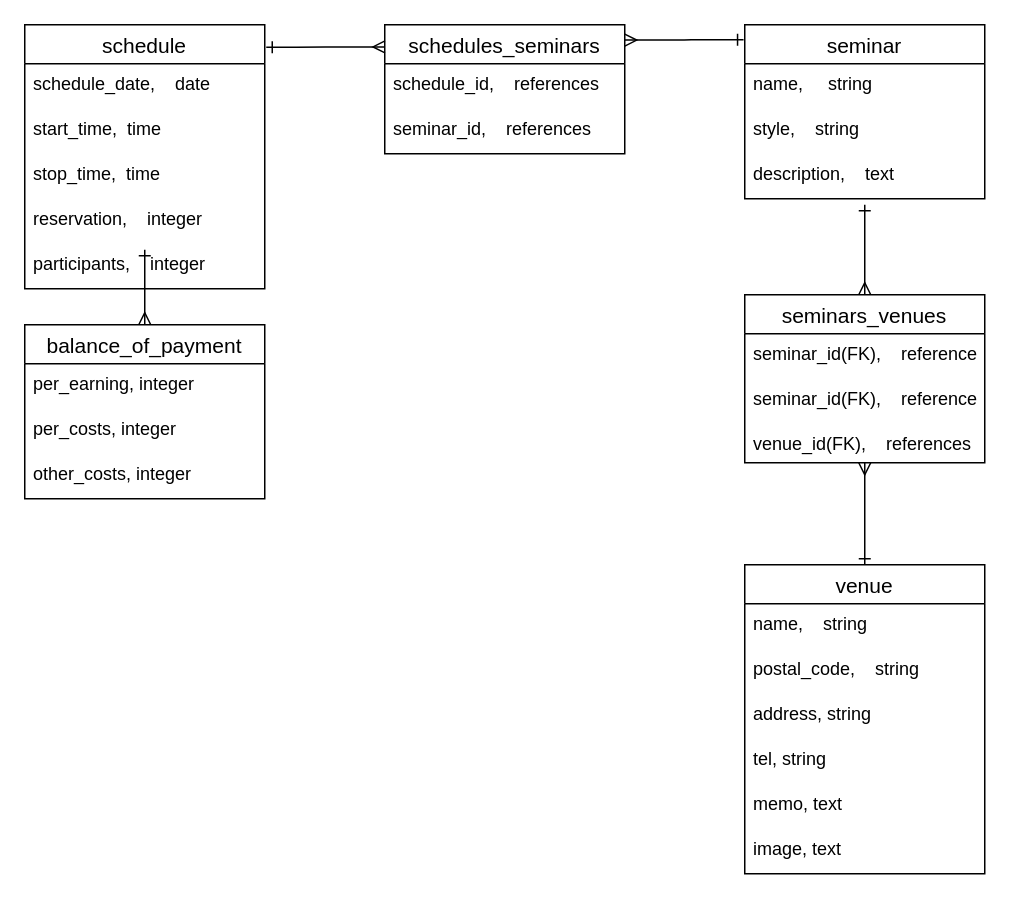
mc-nakayama/semimane keeps this draw.io diagram as db.dio. Above is the earlier version. Source tidied: cells renumbered, new cells numbered last; positions are measured from the earlier drawing's top-left corner, leaving out a move shared by most shapes. Both pictures are drawn from the tidied source at 150%, with x=0, y=0 at pixel (24, 24).
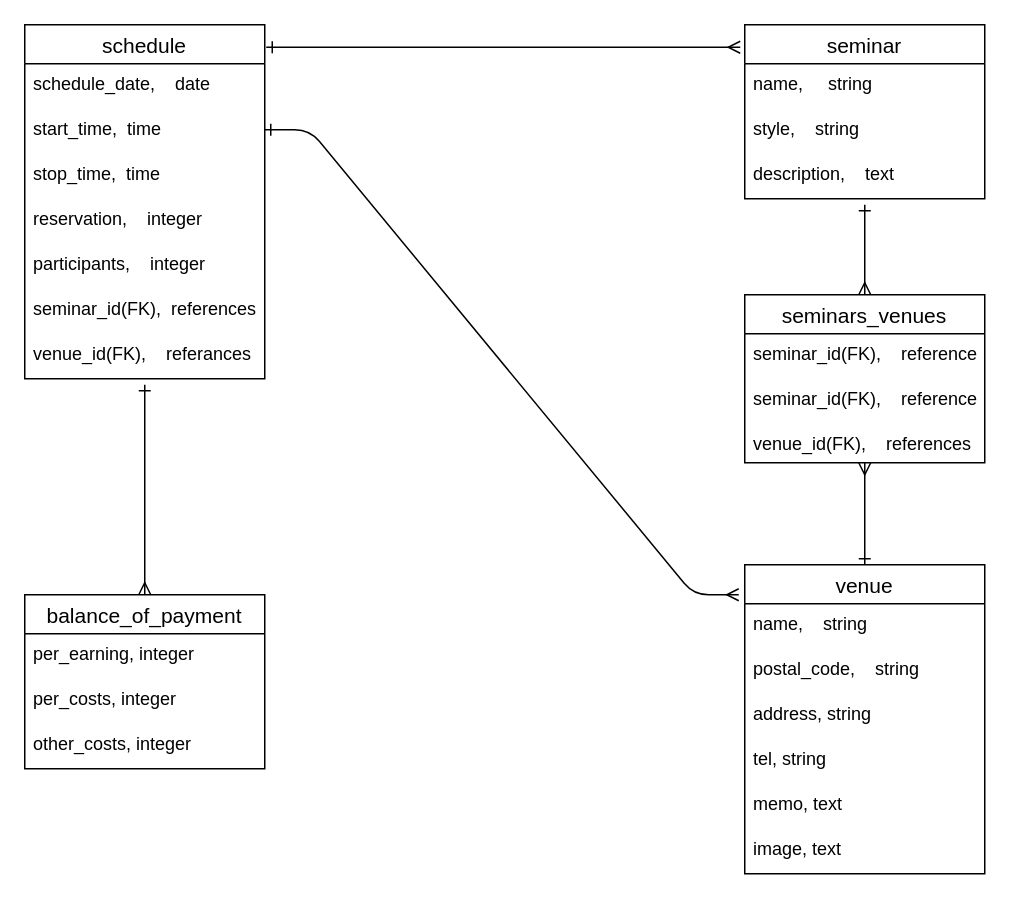
Above is the later version.

What changed in the source:
```diff
@@
     <mxCell id="2" value="schedule" style="swimlane;fontStyle=0;horizontal=1;startSize=26;align=center;fontSize=14;" parent="1" vertex="1">
-      <mxGeometry width="160" height="176" as="geometry" />
+      <mxGeometry width="160" height="236" as="geometry" />
     </mxCell>
@@
+    <mxCell id="35" value="seminar_id(FK),  references&#10;" style="text;strokeColor=none;fillColor=none;spacingLeft=4;spacingRight=4;overflow=hidden;fontSize=12;" parent="2" vertex="1">
+      <mxGeometry y="176" width="160" height="30" as="geometry" />
+    </mxCell>
+    <mxCell id="36" value="venue_id(FK),    referances" style="text;strokeColor=none;fillColor=none;spacingLeft=4;spacingRight=4;overflow=hidden;fontSize=12;" parent="2" vertex="1">
+      <mxGeometry y="206" width="160" height="30" as="geometry" />
+    </mxCell>
@@
-    <mxCell id="23" value="schedules_seminars" style="swimlane;fontStyle=0;horizontal=1;startSize=26;align=center;fontSize=14;" parent="1" vertex="1">
-      <mxGeometry x="240" width="160" height="86" as="geometry" />
-    </mxCell>
-    <mxCell id="24" value="schedule_id,    references" style="text;strokeColor=none;fillColor=none;spacingLeft=4;spacingRight=4;overflow=hidden;fontSize=12;" parent="23" vertex="1">
-      <mxGeometry y="26" width="160" height="30" as="geometry" />
-    </mxCell>
-    <mxCell id="25" value="seminar_id,    references" style="text;strokeColor=none;fillColor=none;spacingLeft=4;spacingRight=4;overflow=hidden;fontSize=12;" parent="23" vertex="1">
-      <mxGeometry y="56" width="160" height="30" as="geometry" />
-    </mxCell>
     <mxCell id="26" value="balance_of_payment" style="swimlane;fontStyle=0;horizontal=1;startSize=26;align=center;fontSize=14;" parent="1" vertex="1">
-      <mxGeometry y="200" width="160" height="116" as="geometry" />
+      <mxGeometry y="380" width="160" height="116" as="geometry" />
     </mxCell>
@@
-    <mxCell id="30" style="edgeStyle=entityRelationEdgeStyle;fontSize=12;html=1;endArrow=ERmany;entryX=0.001;entryY=0.172;entryDx=0;entryDy=0;entryPerimeter=0;startArrow=ERone;startFill=0;endFill=0;" parent="1" edge="1" target="23">
+    <mxCell id="30" style="edgeStyle=entityRelationEdgeStyle;fontSize=12;html=1;endArrow=ERmany;startArrow=ERone;startFill=0;endFill=0;" parent="1" edge="1">
       <mxGeometry relative="1" as="geometry">
         <mxPoint x="161" y="15" as="sourcePoint" />
+        <mxPoint x="477" y="15" as="targetPoint" />
       </mxGeometry>
     </mxCell>
-    <mxCell id="31" style="edgeStyle=entityRelationEdgeStyle;fontSize=12;html=1;endArrow=ERone;entryX=0.001;entryY=0.172;entryDx=0;entryDy=0;entryPerimeter=0;startArrow=ERmany;startFill=0;endFill=0;" parent="1" edge="1">
-      <mxGeometry relative="1" as="geometry">
-        <mxPoint x="400" y="10.2" as="sourcePoint" />
-        <mxPoint x="479.2" y="10" as="targetPoint" />
-      </mxGeometry>
-    </mxCell>
     <mxCell id="32" style="edgeStyle=none;rounded=0;jettySize=auto;html=1;startArrow=ERone;startFill=0;endArrow=ERmany;endFill=0;entryX=0.5;entryY=0;entryDx=0;entryDy=0;" parent="1" edge="1" target="26">
       <mxGeometry relative="1" as="geometry">
-        <mxPoint x="80" y="150" as="sourcePoint" />
+        <mxPoint x="80" y="240" as="sourcePoint" />
       </mxGeometry>
     </mxCell>
@@
+    <mxCell id="37" style="edgeStyle=entityRelationEdgeStyle;fontSize=12;html=1;endArrow=ERmany;startArrow=ERone;startFill=0;endFill=0;" parent="1" edge="1">
+      <mxGeometry relative="1" as="geometry">
+        <mxPoint x="160" y="70" as="sourcePoint" />
+        <mxPoint x="476" y="380" as="targetPoint" />
+      </mxGeometry>
+    </mxCell>
```
